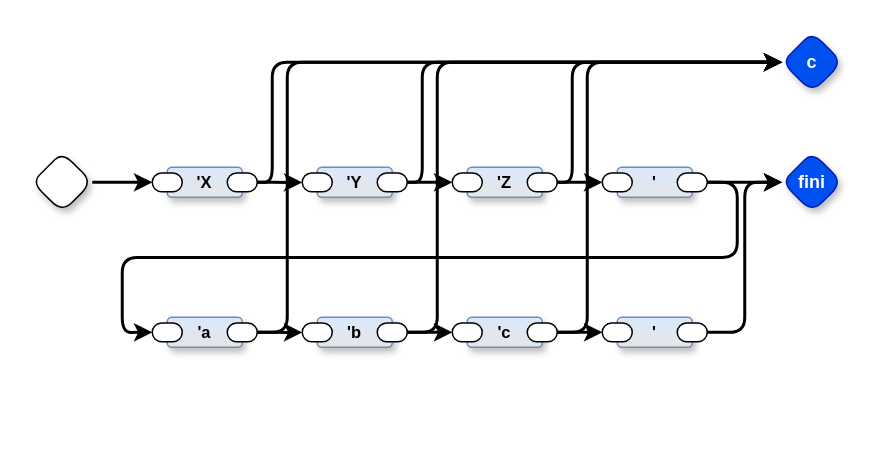
guitarvydas/rt keeps this draw.io diagram as page "stimulus" (2 of 5) of stringconcatstartester/stringconcatstartester.drawio. Above is the earlier version. Source tidied: cells renumbered, new cells numbered last; positions are measured from the earlier drawing's top-left corner, leaving out a move shared by most shapes. Both pictures are drawn from the tidied source at 150%, with x=0, y=0 at pixel (32, 32).
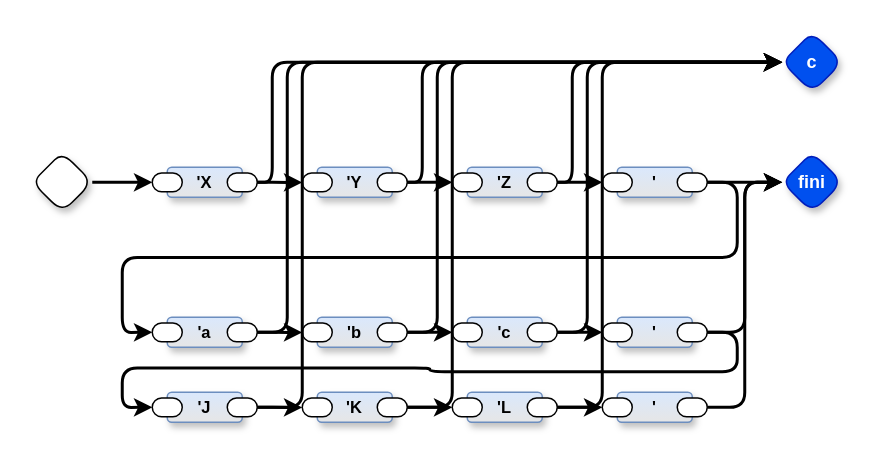
The same page after the edit.

Unchanged cells that the change refers to:
```xml
<mxCell id="19" value="c" style="rhombus;whiteSpace=wrap;html=1;rounded=1;fontStyle=1;glass=0;sketch=0;fontSize=12;points=[[0,0.5,0,0,0],[0.5,0,0,0,0],[0.5,1,0,0,0],[1,0.5,0,0,0]];shadow=1;fillColor=#0050ef;fontColor=#ffffff;strokeColor=#001DBC;fontFamily=Helvetica;labelBackgroundColor=none;" parent="1" vertex="1">
  <mxGeometry x="500" width="40" height="40" as="geometry" />
</mxCell>
<mxCell id="20" value="fini" style="rhombus;whiteSpace=wrap;html=1;rounded=1;fontStyle=1;glass=0;sketch=0;fontSize=12;points=[[0,0.5,0,0,0],[0.5,0,0,0,0],[0.5,1,0,0,0],[1,0.5,0,0,0]];shadow=1;fillColor=#0050ef;fontColor=#ffffff;strokeColor=#001DBC;fontFamily=Helvetica;labelBackgroundColor=none;" parent="1" vertex="1">
  <mxGeometry x="500" y="80" width="40" height="40" as="geometry" />
</mxCell>
<mxCell id="37" style="rounded=1;whiteSpace=wrap;html=1;sketch=0;points=[[0,0.5,0,0,0],[1,0.5,0,0,0]];arcSize=50;fontFamily=Helvetica;fontSize=11;fontColor=default;" parent="36" vertex="1">
  <mxGeometry x="40" y="3.8" width="20" height="12.5" as="geometry" />
</mxCell>
```

Diff of the diagram source:
```diff
@@
+    <mxCell id="45" value="'J" style="rounded=1;whiteSpace=wrap;html=1;verticalAlign=middle;arcSize=6;fontStyle=1;absoluteArcSize=1;shadow=1;strokeColor=#6c8ebf;fillColor=#dae8fc;fontFamily=Helvetica;fontSize=11;gradientColor=#E6E6E6;fontColor=default;" parent="1" vertex="1">
+      <mxGeometry x="90" y="240" width="50" height="20" as="geometry" />
+    </mxCell>
+    <mxCell id="46" style="rounded=1;whiteSpace=wrap;html=1;sketch=0;points=[[0,0.5,0,0,0],[1,0.5,0,0,0]];arcSize=50;fontFamily=Helvetica;fontSize=11;fontColor=default;" parent="45" vertex="1">
+      <mxGeometry x="40" y="3.8" width="20" height="12.5" as="geometry" />
+    </mxCell>
+    <mxCell id="47" style="rounded=1;whiteSpace=wrap;html=1;sketch=0;points=[[0,0.5,0,0,0],[1,0.5,0,0,0]];arcSize=50;fontFamily=Helvetica;fontSize=11;fontColor=default;" parent="45" vertex="1">
+      <mxGeometry x="-10" y="3.8" width="20" height="12.5" as="geometry" />
+    </mxCell>
+    <mxCell id="48" value="'K" style="rounded=1;whiteSpace=wrap;html=1;verticalAlign=middle;arcSize=6;fontStyle=1;absoluteArcSize=1;shadow=1;strokeColor=#6c8ebf;fillColor=#dae8fc;fontFamily=Helvetica;fontSize=11;gradientColor=#E6E6E6;fontColor=default;" parent="1" vertex="1">
+      <mxGeometry x="190" y="240" width="50" height="20" as="geometry" />
+    </mxCell>
+    <mxCell id="49" style="rounded=1;whiteSpace=wrap;html=1;sketch=0;points=[[0,0.5,0,0,0],[1,0.5,0,0,0]];arcSize=50;fontFamily=Helvetica;fontSize=11;fontColor=default;" parent="48" vertex="1">
+      <mxGeometry x="40" y="3.8" width="20" height="12.5" as="geometry" />
+    </mxCell>
+    <mxCell id="50" style="rounded=1;whiteSpace=wrap;html=1;sketch=0;points=[[0,0.5,0,0,0],[1,0.5,0,0,0]];arcSize=50;fontFamily=Helvetica;fontSize=11;fontColor=default;" parent="48" vertex="1">
+      <mxGeometry x="-10" y="3.8" width="20" height="12.5" as="geometry" />
+    </mxCell>
+    <mxCell id="51" value="'L" style="rounded=1;whiteSpace=wrap;html=1;verticalAlign=middle;arcSize=6;fontStyle=1;absoluteArcSize=1;shadow=1;strokeColor=#6c8ebf;fillColor=#dae8fc;fontFamily=Helvetica;fontSize=11;gradientColor=#E6E6E6;fontColor=default;" parent="1" vertex="1">
+      <mxGeometry x="290" y="240" width="50" height="20" as="geometry" />
+    </mxCell>
+    <mxCell id="52" style="rounded=1;whiteSpace=wrap;html=1;sketch=0;points=[[0,0.5,0,0,0],[1,0.5,0,0,0]];arcSize=50;fontFamily=Helvetica;fontSize=11;fontColor=default;" parent="51" vertex="1">
+      <mxGeometry x="40" y="3.8" width="20" height="12.5" as="geometry" />
+    </mxCell>
+    <mxCell id="53" style="rounded=1;whiteSpace=wrap;html=1;sketch=0;points=[[0,0.5,0,0,0],[1,0.5,0,0,0]];arcSize=50;fontFamily=Helvetica;fontSize=11;fontColor=default;" parent="51" vertex="1">
+      <mxGeometry x="-10" y="3.8" width="20" height="12.5" as="geometry" />
+    </mxCell>
+    <mxCell id="54" style="edgeStyle=orthogonalEdgeStyle;shape=connector;curved=0;rounded=1;jettySize=auto;html=1;exitX=1;exitY=0.5;exitDx=0;exitDy=0;exitPerimeter=0;strokeColor=default;strokeWidth=2;align=center;verticalAlign=middle;fontFamily=Helvetica;fontSize=11;fontColor=default;labelBackgroundColor=default;endArrow=classic;" parent="1" edge="1" source="46" target="50">
+      <mxGeometry relative="1" as="geometry" />
+    </mxCell>
+    <mxCell id="55" style="edgeStyle=orthogonalEdgeStyle;shape=connector;curved=0;rounded=1;jettySize=auto;html=1;exitX=1;exitY=0.5;exitDx=0;exitDy=0;exitPerimeter=0;entryX=0;entryY=0.5;entryDx=0;entryDy=0;entryPerimeter=0;strokeColor=default;strokeWidth=2;align=center;verticalAlign=middle;fontFamily=Helvetica;fontSize=11;fontColor=default;labelBackgroundColor=default;endArrow=classic;" parent="1" edge="1" source="49" target="53">
+      <mxGeometry relative="1" as="geometry" />
+    </mxCell>
+    <mxCell id="56" value="'" style="rounded=1;whiteSpace=wrap;html=1;verticalAlign=middle;arcSize=6;fontStyle=1;absoluteArcSize=1;shadow=1;strokeColor=#6c8ebf;fillColor=#dae8fc;fontFamily=Helvetica;fontSize=11;gradientColor=#E6E6E6;fontColor=default;" parent="1" vertex="1">
+      <mxGeometry x="390" y="240" width="50" height="20" as="geometry" />
+    </mxCell>
+    <mxCell id="57" style="rounded=1;whiteSpace=wrap;html=1;sketch=0;points=[[0,0.5,0,0,0],[1,0.5,0,0,0]];arcSize=50;fontFamily=Helvetica;fontSize=11;fontColor=default;" parent="56" vertex="1">
+      <mxGeometry x="40" y="3.8" width="20" height="12.5" as="geometry" />
+    </mxCell>
+    <mxCell id="58" style="rounded=1;whiteSpace=wrap;html=1;sketch=0;points=[[0,0.5,0,0,0],[1,0.5,0,0,0]];arcSize=50;fontFamily=Helvetica;fontSize=11;fontColor=default;" parent="56" vertex="1">
+      <mxGeometry x="-10" y="3.8" width="20" height="12.5" as="geometry" />
+    </mxCell>
+    <mxCell id="59" style="edgeStyle=orthogonalEdgeStyle;shape=connector;curved=0;rounded=1;jettySize=auto;html=1;exitX=1;exitY=0.5;exitDx=0;exitDy=0;exitPerimeter=0;entryX=0;entryY=0.5;entryDx=0;entryDy=0;entryPerimeter=0;strokeColor=default;strokeWidth=2;align=center;verticalAlign=middle;fontFamily=Helvetica;fontSize=11;fontColor=default;labelBackgroundColor=default;endArrow=classic;" parent="1" edge="1" source="52" target="58">
+      <mxGeometry relative="1" as="geometry" />
+    </mxCell>
+    <mxCell id="60" style="edgeStyle=orthogonalEdgeStyle;shape=connector;curved=0;rounded=1;jettySize=auto;html=1;exitX=1;exitY=0.5;exitDx=0;exitDy=0;exitPerimeter=0;entryX=0;entryY=0.5;entryDx=0;entryDy=0;entryPerimeter=0;strokeColor=default;strokeWidth=2;align=center;verticalAlign=middle;fontFamily=Helvetica;fontSize=11;fontColor=default;labelBackgroundColor=default;endArrow=classic;" parent="1" edge="1" source="57" target="20">
+      <mxGeometry relative="1" as="geometry" />
+    </mxCell>
+    <mxCell id="61" style="edgeStyle=orthogonalEdgeStyle;shape=connector;curved=0;rounded=1;jettySize=auto;html=1;exitX=1;exitY=0.5;exitDx=0;exitDy=0;exitPerimeter=0;entryX=0;entryY=0.5;entryDx=0;entryDy=0;entryPerimeter=0;strokeColor=default;strokeWidth=2;align=center;verticalAlign=middle;fontFamily=Helvetica;fontSize=11;fontColor=default;labelBackgroundColor=default;endArrow=classic;" parent="1" edge="1" source="52" target="19">
+      <mxGeometry relative="1" as="geometry">
+        <Array as="points">
+          <mxPoint x="380" y="250" />
+          <mxPoint x="380" y="20" />
+        </Array>
+      </mxGeometry>
+    </mxCell>
+    <mxCell id="62" style="edgeStyle=orthogonalEdgeStyle;shape=connector;curved=0;rounded=1;jettySize=auto;html=1;exitX=1;exitY=0.5;exitDx=0;exitDy=0;exitPerimeter=0;strokeColor=default;strokeWidth=2;align=center;verticalAlign=middle;fontFamily=Helvetica;fontSize=11;fontColor=default;labelBackgroundColor=default;endArrow=classic;entryX=0;entryY=0.5;entryDx=0;entryDy=0;entryPerimeter=0;" parent="1" edge="1" source="49" target="19">
+      <mxGeometry relative="1" as="geometry">
+        <Array as="points">
+          <mxPoint x="280" y="250" />
+          <mxPoint x="280" y="20" />
+        </Array>
+      </mxGeometry>
+    </mxCell>
+    <mxCell id="63" style="edgeStyle=orthogonalEdgeStyle;shape=connector;curved=0;rounded=1;jettySize=auto;html=1;exitX=1;exitY=0.5;exitDx=0;exitDy=0;exitPerimeter=0;entryX=0;entryY=0.5;entryDx=0;entryDy=0;entryPerimeter=0;strokeColor=default;strokeWidth=2;align=center;verticalAlign=middle;fontFamily=Helvetica;fontSize=11;fontColor=default;labelBackgroundColor=default;endArrow=classic;" parent="1" edge="1" source="46" target="19">
+      <mxGeometry relative="1" as="geometry">
+        <Array as="points">
+          <mxPoint x="180" y="250" />
+          <mxPoint x="180" y="20" />
+        </Array>
+      </mxGeometry>
+    </mxCell>
+    <mxCell id="64" style="edgeStyle=orthogonalEdgeStyle;shape=connector;curved=0;rounded=1;jettySize=auto;html=1;exitX=1;exitY=0.5;exitDx=0;exitDy=0;exitPerimeter=0;entryX=0;entryY=0.5;entryDx=0;entryDy=0;entryPerimeter=0;strokeColor=default;strokeWidth=2;align=center;verticalAlign=middle;fontFamily=Helvetica;fontSize=11;fontColor=default;labelBackgroundColor=default;endArrow=classic;" parent="1" edge="1" source="37" target="47">
+      <mxGeometry relative="1" as="geometry" />
+    </mxCell>
```
